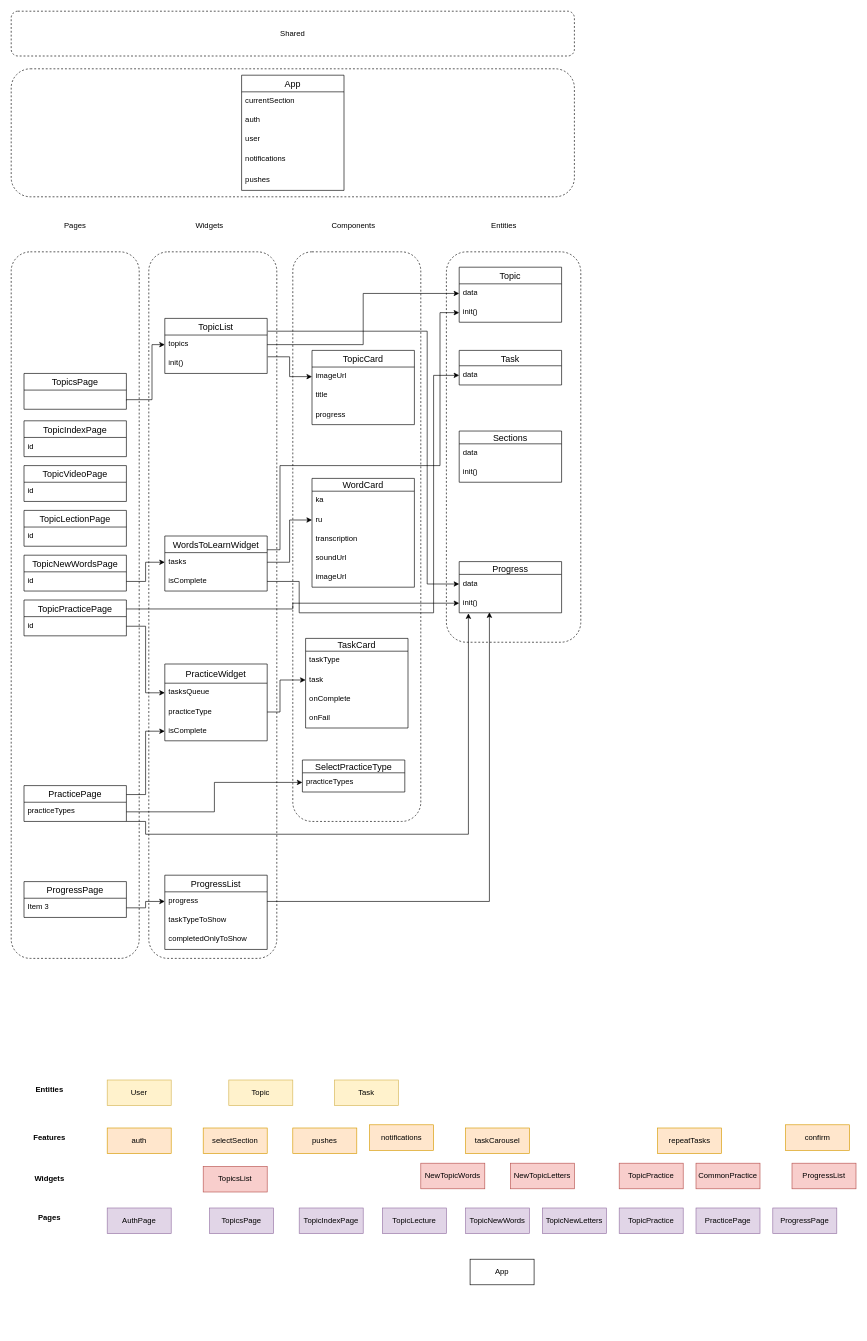
Ascold2017/geo-app keeps this draw.io diagram as geo-app.drawio. Above is the earlier version. Source tidied: cells renumbered, new cells numbered last; positions are measured from the earlier drawing's top-left corner, leaving out a move shared by most shapes. Both pictures are drawn from the tidied source at 64%, with x=0, y=0 at pixel (11, 11).
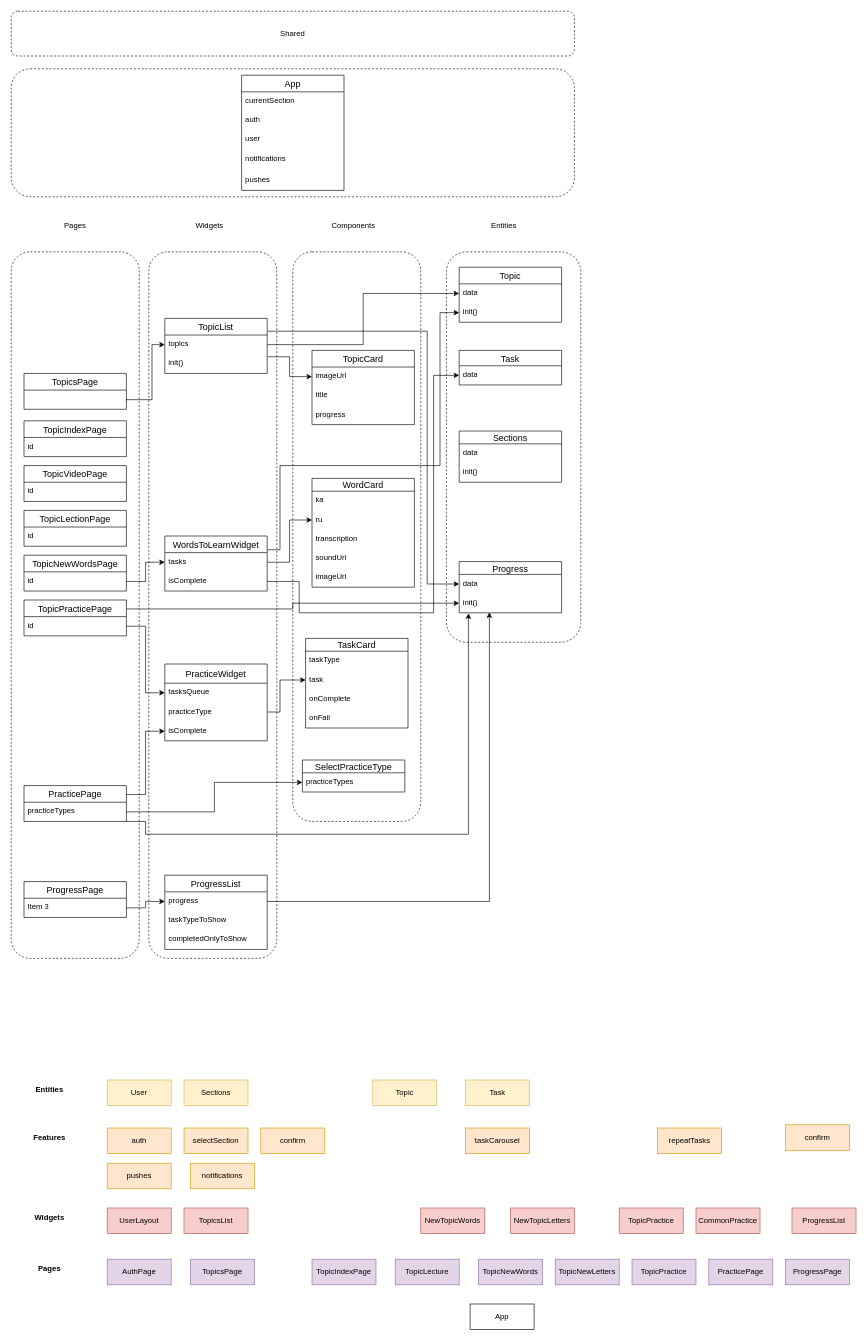
Above is the later version.

Commit message (it also covers changes not shown here):
add topic pages

Diff of the diagram source:
```diff
@@
     <mxCell id="91" value="App" style="whiteSpace=wrap;html=1;align=center;" parent="1" vertex="1">
-      <mxGeometry x="717" y="1950" width="100" height="40" as="geometry" />
+      <mxGeometry x="717" y="2020" width="100" height="40" as="geometry" />
     </mxCell>
     <mxCell id="92" value="TopicsPage" style="whiteSpace=wrap;html=1;align=center;fillColor=#e1d5e7;strokeColor=#9673a6;" parent="1" vertex="1">
-      <mxGeometry x="310" y="1870" width="100" height="40" as="geometry" />
+      <mxGeometry x="280" y="1950" width="100" height="40" as="geometry" />
     </mxCell>
     <mxCell id="93" value="AuthPage" style="whiteSpace=wrap;html=1;align=center;fillColor=#e1d5e7;strokeColor=#9673a6;" parent="1" vertex="1">
-      <mxGeometry x="150" y="1870" width="100" height="40" as="geometry" />
+      <mxGeometry x="150" y="1950" width="100" height="40" as="geometry" />
     </mxCell>
     <mxCell id="94" value="TopicIndexPage" style="whiteSpace=wrap;html=1;align=center;fillColor=#e1d5e7;strokeColor=#9673a6;" parent="1" vertex="1">
-      <mxGeometry x="450" y="1870" width="100" height="40" as="geometry" />
+      <mxGeometry x="470" y="1950" width="100" height="40" as="geometry" />
     </mxCell>
     <mxCell id="95" value="TopicLecture" style="whiteSpace=wrap;html=1;align=center;fillColor=#e1d5e7;strokeColor=#9673a6;" parent="1" vertex="1">
-      <mxGeometry x="580" y="1870" width="100" height="40" as="geometry" />
+      <mxGeometry x="600" y="1950" width="100" height="40" as="geometry" />
     </mxCell>
     <mxCell id="96" value="TopicNewWords" style="whiteSpace=wrap;html=1;align=center;fillColor=#e1d5e7;strokeColor=#9673a6;" parent="1" vertex="1">
-      <mxGeometry x="710" y="1870" width="100" height="40" as="geometry" />
+      <mxGeometry x="730" y="1950" width="100" height="40" as="geometry" />
     </mxCell>
     <mxCell id="97" value="TopicNewLetters" style="whiteSpace=wrap;html=1;align=center;fillColor=#e1d5e7;strokeColor=#9673a6;" parent="1" vertex="1">
-      <mxGeometry x="830" y="1870" width="100" height="40" as="geometry" />
+      <mxGeometry x="850" y="1950" width="100" height="40" as="geometry" />
     </mxCell>
     <mxCell id="98" value="TopicPractice" style="whiteSpace=wrap;html=1;align=center;fillColor=#e1d5e7;strokeColor=#9673a6;" parent="1" vertex="1">
-      <mxGeometry x="950" y="1870" width="100" height="40" as="geometry" />
+      <mxGeometry x="970" y="1950" width="100" height="40" as="geometry" />
     </mxCell>
     <mxCell id="99" value="&lt;b&gt;Pages&lt;/b&gt;" style="text;html=1;align=center;verticalAlign=middle;whiteSpace=wrap;rounded=0;" parent="1" vertex="1">
-      <mxGeometry x="30" y="1870" width="60" height="30" as="geometry" />
+      <mxGeometry x="30" y="1950" width="60" height="30" as="geometry" />
     </mxCell>
     <mxCell id="100" value="PracticePage" style="whiteSpace=wrap;html=1;align=center;fillColor=#e1d5e7;strokeColor=#9673a6;" parent="1" vertex="1">
-      <mxGeometry x="1070" y="1870" width="100" height="40" as="geometry" />
+      <mxGeometry x="1090" y="1950" width="100" height="40" as="geometry" />
     </mxCell>
     <mxCell id="101" value="ProgressPage" style="whiteSpace=wrap;html=1;align=center;fillColor=#e1d5e7;strokeColor=#9673a6;" parent="1" vertex="1">
-      <mxGeometry x="1190" y="1870" width="100" height="40" as="geometry" />
+      <mxGeometry x="1210" y="1950" width="100" height="40" as="geometry" />
     </mxCell>
     <mxCell id="102" value="Topic" style="whiteSpace=wrap;html=1;align=center;fillColor=#fff2cc;strokeColor=#d6b656;" parent="1" vertex="1">
-      <mxGeometry x="340" y="1670" width="100" height="40" as="geometry" />
+      <mxGeometry x="565" y="1670" width="100" height="40" as="geometry" />
     </mxCell>
@@
     <mxCell id="104" value="Task" style="whiteSpace=wrap;html=1;align=center;fillColor=#fff2cc;strokeColor=#d6b656;" parent="1" vertex="1">
-      <mxGeometry x="505" y="1670" width="100" height="40" as="geometry" />
+      <mxGeometry x="710" y="1670" width="100" height="40" as="geometry" />
     </mxCell>
@@
     <mxCell id="108" value="selectSection" style="whiteSpace=wrap;html=1;align=center;fillColor=#ffe6cc;strokeColor=#d79b00;" parent="1" vertex="1">
-      <mxGeometry x="300" y="1745" width="100" height="40" as="geometry" />
+      <mxGeometry x="270" y="1745" width="100" height="40" as="geometry" />
     </mxCell>
     <mxCell id="109" value="TopicsList" style="whiteSpace=wrap;html=1;align=center;fillColor=#f8cecc;strokeColor=#b85450;" parent="1" vertex="1">
-      <mxGeometry x="300" y="1805" width="100" height="40" as="geometry" />
+      <mxGeometry x="270" y="1870" width="100" height="40" as="geometry" />
     </mxCell>
     <mxCell id="110" value="&lt;b&gt;Widgets&lt;/b&gt;" style="text;html=1;align=center;verticalAlign=middle;whiteSpace=wrap;rounded=0;" parent="1" vertex="1">
-      <mxGeometry x="30" y="1810" width="60" height="30" as="geometry" />
+      <mxGeometry x="30" y="1870" width="60" height="30" as="geometry" />
     </mxCell>
     <mxCell id="111" value="NewTopicWords" style="whiteSpace=wrap;html=1;align=center;fillColor=#f8cecc;strokeColor=#b85450;" parent="1" vertex="1">
-      <mxGeometry x="640" y="1800" width="100" height="40" as="geometry" />
+      <mxGeometry x="640" y="1870" width="100" height="40" as="geometry" />
     </mxCell>
     <mxCell id="112" value="NewTopicLetters" style="whiteSpace=wrap;html=1;align=center;fillColor=#f8cecc;strokeColor=#b85450;" parent="1" vertex="1">
-      <mxGeometry x="780" y="1800" width="100" height="40" as="geometry" />
+      <mxGeometry x="780" y="1870" width="100" height="40" as="geometry" />
     </mxCell>
@@
     <mxCell id="114" value="TopicPractice" style="whiteSpace=wrap;html=1;align=center;fillColor=#f8cecc;strokeColor=#b85450;" parent="1" vertex="1">
-      <mxGeometry x="950" y="1800" width="100" height="40" as="geometry" />
+      <mxGeometry x="950" y="1870" width="100" height="40" as="geometry" />
     </mxCell>
     <mxCell id="115" value="CommonPractice" style="whiteSpace=wrap;html=1;align=center;fillColor=#f8cecc;strokeColor=#b85450;" parent="1" vertex="1">
-      <mxGeometry x="1070" y="1800" width="100" height="40" as="geometry" />
+      <mxGeometry x="1070" y="1870" width="100" height="40" as="geometry" />
     </mxCell>
@@
     <mxCell id="117" value="ProgressList" style="whiteSpace=wrap;html=1;align=center;fillColor=#f8cecc;strokeColor=#b85450;" parent="1" vertex="1">
-      <mxGeometry x="1220" y="1800" width="100" height="40" as="geometry" />
+      <mxGeometry x="1220" y="1870" width="100" height="40" as="geometry" />
     </mxCell>
     <mxCell id="118" value="pushes" style="whiteSpace=wrap;html=1;align=center;fillColor=#ffe6cc;strokeColor=#d79b00;" parent="1" vertex="1">
-      <mxGeometry x="440" y="1745" width="100" height="40" as="geometry" />
+      <mxGeometry x="150" y="1800" width="100" height="40" as="geometry" />
     </mxCell>
     <mxCell id="119" value="notifications" style="whiteSpace=wrap;html=1;align=center;fillColor=#ffe6cc;strokeColor=#d79b00;" parent="1" vertex="1">
-      <mxGeometry x="560" y="1740" width="100" height="40" as="geometry" />
+      <mxGeometry x="280" y="1800" width="100" height="40" as="geometry" />
     </mxCell>
@@
+    <mxCell id="121" value="confirm" style="whiteSpace=wrap;html=1;align=center;fillColor=#ffe6cc;strokeColor=#d79b00;" parent="1" vertex="1">
+      <mxGeometry x="390" y="1745" width="100" height="40" as="geometry" />
+    </mxCell>
+    <mxCell id="122" value="Sections" style="whiteSpace=wrap;html=1;align=center;fillColor=#fff2cc;strokeColor=#d6b656;" parent="1" vertex="1">
+      <mxGeometry x="270" y="1670" width="100" height="40" as="geometry" />
+    </mxCell>
+    <mxCell id="123" value="UserLayout" style="whiteSpace=wrap;html=1;align=center;fillColor=#f8cecc;strokeColor=#b85450;" parent="1" vertex="1">
+      <mxGeometry x="150" y="1870" width="100" height="40" as="geometry" />
+    </mxCell>
```
